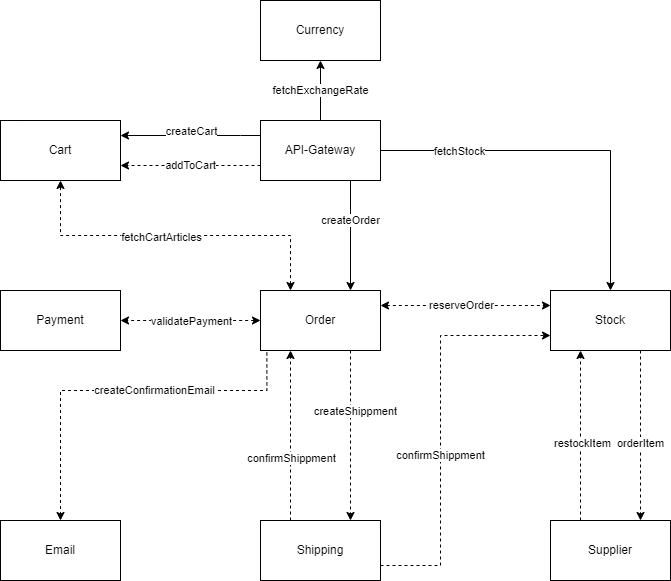
The draw.io diagram assets/ServicesMessages.png in Tobias-Pe/microservices-error-handling, before a commit. Source tidied: cells renumbered, new cells last; positions are measured from the earlier drawing's top-left corner, leaving out a move shared by most shapes.
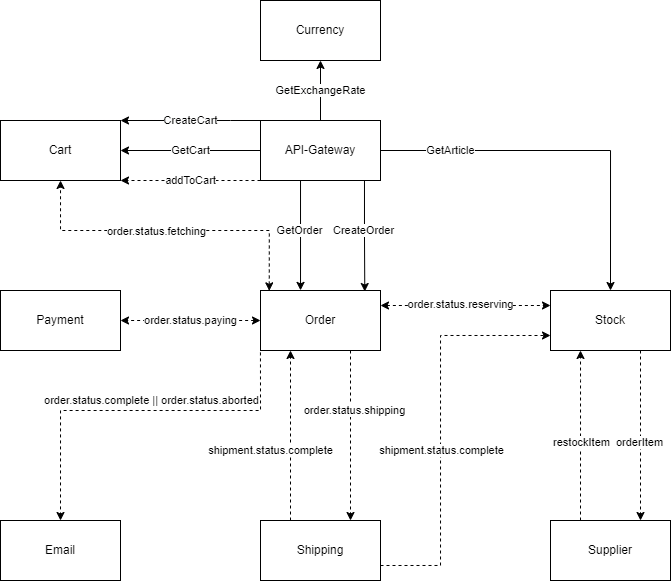
After the commit.

Commit message:
:bento: update messaging overview

Diff of the diagram source:
```diff
@@ -5,41 +5,70 @@
     <mxCell id="2" style="edgeStyle=orthogonalEdgeStyle;rounded=0;jettySize=auto;html=1;exitX=1;exitY=0.5;exitDx=0;exitDy=0;entryX=0.5;entryY=0;entryDx=0;entryDy=0;" parent="1" edge="1" source="10" target="13">
       <mxGeometry relative="1" as="geometry" />
     </mxCell>
-    <mxCell id="3" value="fetchStock" style="edgeLabel;html=1;align=center;verticalAlign=middle;" parent="2" vertex="1">
-      <mxGeometry x="-0.58" relative="1" as="geometry" />
+    <mxCell id="3" value="GetArticle" style="edgeLabel;html=1;align=center;verticalAlign=middle;" parent="2" vertex="1">
+      <mxGeometry x="-0.58" relative="1" as="geometry">
+        <mxPoint x="-8" as="offset" />
+      </mxGeometry>
     </mxCell>
-    <mxCell id="4" style="edgeStyle=orthogonalEdgeStyle;rounded=0;jettySize=auto;html=1;exitX=0.75;exitY=1;exitDx=0;exitDy=0;entryX=0.75;entryY=0;entryDx=0;entryDy=0;" parent="1" edge="1" source="10" target="28">
-      <mxGeometry relative="1" as="geometry" />
+    <mxCell id="4" style="edgeStyle=orthogonalEdgeStyle;rounded=0;jettySize=auto;html=1;exitX=0.75;exitY=1;exitDx=0;exitDy=0;entryX=0.869;entryY=0.017;entryDx=0;entryDy=0;entryPerimeter=0;" parent="1" edge="1" source="10" target="28">
+      <mxGeometry relative="1" as="geometry">
+        <Array as="points">
+          <mxPoint x="364" y="180" />
+          <mxPoint x="364" y="235" />
+          <mxPoint x="364" y="235" />
+        </Array>
+      </mxGeometry>
     </mxCell>
-    <mxCell id="5" value="createOrder" style="edgeLabel;html=1;align=center;verticalAlign=middle;" parent="4" vertex="1">
-      <mxGeometry x="-0.28" y="-1" relative="1" as="geometry" />
+    <mxCell id="5" value="CreateOrder" style="edgeLabel;html=1;align=center;verticalAlign=middle;" parent="4" vertex="1">
+      <mxGeometry x="-0.28" y="-1" relative="1" as="geometry">
+        <mxPoint y="19" as="offset" />
+      </mxGeometry>
     </mxCell>
-    <mxCell id="6" value="addToCart" style="edgeStyle=orthogonalEdgeStyle;rounded=0;orthogonalLoop=1;jettySize=auto;html=1;exitX=0;exitY=0.75;exitDx=0;exitDy=0;entryX=1;entryY=0.75;entryDx=0;entryDy=0;dashed=1;" parent="1" edge="1">
+    <mxCell id="6" value="addToCart" style="edgeStyle=orthogonalEdgeStyle;rounded=0;jettySize=auto;html=1;exitX=0;exitY=1;exitDx=0;exitDy=0;entryX=1;entryY=1;entryDx=0;entryDy=0;dashed=1;" parent="1" edge="1" source="10" target="29">
       <mxGeometry relative="1" as="geometry">
-        <mxPoint x="260" y="165" as="sourcePoint" />
-        <mxPoint x="120" y="165" as="targetPoint" />
         <Array as="points">
-          <mxPoint x="250" y="165" />
-          <mxPoint x="250" y="165" />
+          <mxPoint x="230" y="180" />
+          <mxPoint x="230" y="180" />
         </Array>
       </mxGeometry>
     </mxCell>
-    <mxCell id="7" value="fetchExchangeRate" style="edgeStyle=orthogonalEdgeStyle;rounded=0;jettySize=auto;html=1;exitX=0.5;exitY=0;exitDx=0;exitDy=0;entryX=0.5;entryY=1;entryDx=0;entryDy=0;" parent="1" edge="1" source="10" target="36">
+    <mxCell id="7" value="GetExchangeRate" style="edgeStyle=orthogonalEdgeStyle;rounded=0;jettySize=auto;html=1;exitX=0.5;exitY=0;exitDx=0;exitDy=0;entryX=0.5;entryY=1;entryDx=0;entryDy=0;" parent="1" edge="1" source="10" target="36">
       <mxGeometry relative="1" as="geometry" />
     </mxCell>
-    <mxCell id="8" style="edgeStyle=orthogonalEdgeStyle;rounded=0;jettySize=auto;html=1;exitX=0;exitY=0.25;exitDx=0;exitDy=0;entryX=1;entryY=0.25;entryDx=0;entryDy=0;" parent="1" edge="1" source="10" target="29">
+    <mxCell id="8" style="edgeStyle=orthogonalEdgeStyle;rounded=0;jettySize=auto;html=1;exitX=0;exitY=0;exitDx=0;exitDy=0;entryX=1;entryY=0;entryDx=0;entryDy=0;" parent="1" edge="1" source="10" target="29">
       <mxGeometry relative="1" as="geometry">
         <Array as="points">
-          <mxPoint x="240" y="135" />
-          <mxPoint x="240" y="135" />
+          <mxPoint x="230" y="120" />
+          <mxPoint x="230" y="120" />
         </Array>
       </mxGeometry>
     </mxCell>
-    <mxCell id="9" value="createCart" style="edgeLabel;html=1;align=center;verticalAlign=middle;" parent="8" vertex="1">
+    <mxCell id="9" value="CreateCart" style="edgeLabel;html=1;align=center;verticalAlign=middle;" parent="8" vertex="1">
       <mxGeometry x="0.28" y="-4" relative="1" as="geometry">
-        <mxPoint x="20" y="-1" as="offset" />
+        <mxPoint x="20" y="4" as="offset" />
       </mxGeometry>
     </mxCell>
+    <mxCell id="37" style="edgeStyle=orthogonalEdgeStyle;rounded=0;jettySize=auto;html=1;exitX=0;exitY=0.5;exitDx=0;exitDy=0;entryX=1;entryY=0.5;entryDx=0;entryDy=0;" parent="1" edge="1" source="10" target="29">
+      <mxGeometry relative="1" as="geometry" />
+    </mxCell>
+    <mxCell id="38" value="GetCart" style="edgeLabel;html=1;align=center;verticalAlign=middle;" parent="37" vertex="1">
+      <mxGeometry x="-0.16" y="-1" relative="1" as="geometry">
+        <mxPoint x="-11" y="1" as="offset" />
+      </mxGeometry>
+    </mxCell>
+    <mxCell id="39" style="edgeStyle=orthogonalEdgeStyle;rounded=0;jettySize=auto;html=1;exitX=0.5;exitY=1;exitDx=0;exitDy=0;entryX=0.34;entryY=-0.002;entryDx=0;entryDy=0;entryPerimeter=0;" parent="1" edge="1" source="10" target="28">
+      <mxGeometry relative="1" as="geometry">
+        <Array as="points">
+          <mxPoint x="300" y="180" />
+          <mxPoint x="300" y="290" />
+        </Array>
+      </mxGeometry>
+    </mxCell>
+    <mxCell id="40" value="GetOrder" style="edgeLabel;html=1;align=center;verticalAlign=middle;" parent="39" vertex="1">
+      <mxGeometry x="-0.18" y="-1" relative="1" as="geometry">
+        <mxPoint y="16" as="offset" />
+      </mxGeometry>
+    </mxCell>
     <mxCell id="10" value="API-Gateway" style="rounded=0;whiteSpace=wrap;html=1;" parent="1" vertex="1">
       <mxGeometry x="260" y="120" width="120" height="60" as="geometry" />
     </mxCell>
@@ -73,21 +102,26 @@
     <mxCell id="18" style="edgeStyle=orthogonalEdgeStyle;rounded=0;jettySize=auto;html=1;exitX=0;exitY=0.5;exitDx=0;exitDy=0;dashed=1;startArrow=classic;startFill=1;entryX=1;entryY=0.5;entryDx=0;entryDy=0;" parent="1" edge="1" source="28" target="17">
       <mxGeometry relative="1" as="geometry" />
     </mxCell>
-    <mxCell id="19" value="validatePayment" style="edgeLabel;html=1;align=center;verticalAlign=middle;" parent="18" vertex="1">
+    <mxCell id="19" value="order.status.paying" style="edgeLabel;html=1;align=center;verticalAlign=middle;" parent="18" vertex="1">
       <mxGeometry x="0.1" y="1" relative="1" as="geometry">
         <mxPoint x="7" y="-1" as="offset" />
       </mxGeometry>
     </mxCell>
-    <mxCell id="20" style="edgeStyle=orthogonalEdgeStyle;rounded=0;jettySize=auto;html=1;exitX=0.25;exitY=0;exitDx=0;exitDy=0;dashed=1;startArrow=classic;startFill=1;" parent="1" edge="1" source="28" target="29">
-      <mxGeometry relative="1" as="geometry" />
+    <mxCell id="20" style="edgeStyle=orthogonalEdgeStyle;rounded=0;jettySize=auto;html=1;exitX=0.073;exitY=0.006;exitDx=0;exitDy=0;dashed=1;startArrow=classic;startFill=1;exitPerimeter=0;" parent="1" edge="1" source="28" target="29">
+      <mxGeometry relative="1" as="geometry">
+        <Array as="points">
+          <mxPoint x="269" y="230" />
+          <mxPoint x="60" y="230" />
+        </Array>
+      </mxGeometry>
     </mxCell>
-    <mxCell id="21" value="fetchCartArticles" style="edgeLabel;html=1;align=center;verticalAlign=middle;" parent="20" vertex="1">
+    <mxCell id="21" value="order.status.fetching" style="edgeLabel;html=1;align=center;verticalAlign=middle;" parent="20" vertex="1">
       <mxGeometry x="0.09" y="1" relative="1" as="geometry" />
     </mxCell>
     <mxCell id="22" style="edgeStyle=orthogonalEdgeStyle;rounded=0;jettySize=auto;html=1;exitX=0.75;exitY=1;exitDx=0;exitDy=0;entryX=0.75;entryY=0;entryDx=0;entryDy=0;dashed=1;" parent="1" edge="1" source="28" target="34">
       <mxGeometry relative="1" as="geometry" />
     </mxCell>
-    <mxCell id="23" value="createShippment" style="edgeLabel;html=1;align=center;verticalAlign=middle;" parent="22" vertex="1">
+    <mxCell id="23" value="order.status.shipping" style="edgeLabel;html=1;align=center;verticalAlign=middle;" parent="22" vertex="1">
       <mxGeometry x="-0.3" relative="1" as="geometry">
         <mxPoint x="4" as="offset" />
       </mxGeometry>
@@ -95,21 +129,24 @@
     <mxCell id="24" style="edgeStyle=orthogonalEdgeStyle;rounded=0;jettySize=auto;html=1;exitX=1;exitY=0.25;exitDx=0;exitDy=0;entryX=0;entryY=0.25;entryDx=0;entryDy=0;dashed=1;startArrow=classic;startFill=1;" parent="1" edge="1" source="28" target="13">
       <mxGeometry relative="1" as="geometry" />
     </mxCell>
-    <mxCell id="25" value="reserveOrder" style="edgeLabel;html=1;align=center;verticalAlign=middle;" parent="24" vertex="1">
+    <mxCell id="25" value="order.status.reserving" style="edgeLabel;html=1;align=center;verticalAlign=middle;" parent="24" vertex="1">
       <mxGeometry x="-0.3" y="1" relative="1" as="geometry">
         <mxPoint x="20" as="offset" />
       </mxGeometry>
     </mxCell>
-    <mxCell id="26" style="edgeStyle=orthogonalEdgeStyle;rounded=0;jettySize=auto;html=1;exitX=0.053;exitY=1.032;exitDx=0;exitDy=0;entryX=0.5;entryY=0;entryDx=0;entryDy=0;dashed=1;exitPerimeter=0;" parent="1" edge="1" source="28" target="35">
+    <mxCell id="26" style="edgeStyle=orthogonalEdgeStyle;rounded=0;jettySize=auto;html=1;exitX=0.053;exitY=1.032;exitDx=0;exitDy=0;entryX=0.5;entryY=0;entryDx=0;entryDy=0;dashed=1;exitPerimeter=0;" parent="1" edge="1" target="35">
       <mxGeometry relative="1" as="geometry">
+        <mxPoint x="260" y="351.9" as="sourcePoint" />
         <Array as="points">
-          <mxPoint x="266" y="390" />
-          <mxPoint x="60" y="390" />
+          <mxPoint x="260" y="410" />
+          <mxPoint x="60" y="410" />
         </Array>
       </mxGeometry>
     </mxCell>
-    <mxCell id="27" value="createConfirmationEmail" style="edgeLabel;html=1;align=center;verticalAlign=middle;" parent="26" vertex="1">
-      <mxGeometry x="-0.2" y="-1" relative="1" as="geometry" />
+    <mxCell id="27" value="order.status.complete ||&amp;nbsp;order.status.aborted" style="edgeLabel;html=1;align=center;verticalAlign=middle;" parent="26" vertex="1">
+      <mxGeometry x="-0.2" y="-1" relative="1" as="geometry">
+        <mxPoint x="-20" y="-9" as="offset" />
+      </mxGeometry>
     </mxCell>
     <mxCell id="28" value="Order" style="rounded=0;whiteSpace=wrap;html=1;" parent="1" vertex="1">
       <mxGeometry x="260" y="290" width="120" height="60" as="geometry" />
@@ -125,14 +162,21 @@
         </Array>
       </mxGeometry>
     </mxCell>
-    <mxCell id="31" value="confirmShippment" style="edgeLabel;html=1;align=center;verticalAlign=middle;" parent="30" vertex="1">
+    <mxCell id="31" value="&lt;span style=&quot;color: rgba(0 , 0 , 0 , 0) ; font-family: monospace ; font-size: 0px ; background-color: rgb(248 , 249 , 250)&quot;&gt;%3CmxGraphModel%3E%3Croot%3E%3CmxCell%20id%3D%220%22%2F%3E%3CmxCell%20id%3D%221%22%20parent%3D%220%22%2F%3E%3CmxCell%20id%3D%222%22%20value%3D%22shippment.status.complete%22%20style%3D%22edgeLabel%3Bhtml%3D1%3Balign%3Dcenter%3BverticalAlign%3Dmiddle%3Bresizable%3D0%3Bpoints%3D%5B%5D%3B%22%20vertex%3D%221%22%20connectable%3D%220%22%20parent%3D%221%22%3E%3CmxGeometry%20x%3D%22330%22%20y%3D%22650.0731707317073%22%20as%3D%22geometry%22%2F%3E%3C%2FmxCell%3E%3C%2Froot%3E%3C%2FmxGraphModel%3Es&lt;/span&gt;" style="edgeLabel;html=1;align=center;verticalAlign=middle;" parent="30" vertex="1">
       <mxGeometry x="-0.15" y="1" relative="1" as="geometry" />
     </mxCell>
+    <mxCell id="41" value="shipment.status.complete" style="edgeLabel;html=1;align=center;verticalAlign=middle;" parent="30" vertex="1">
+      <mxGeometry x="-0.18" y="-1" relative="1" as="geometry">
+        <mxPoint y="-11" as="offset" />
+      </mxGeometry>
+    </mxCell>
     <mxCell id="32" style="edgeStyle=orthogonalEdgeStyle;rounded=0;jettySize=auto;html=1;exitX=0.25;exitY=0;exitDx=0;exitDy=0;entryX=0.25;entryY=1;entryDx=0;entryDy=0;dashed=1;" parent="1" edge="1" source="34" target="28">
       <mxGeometry relative="1" as="geometry" />
     </mxCell>
-    <mxCell id="33" value="confirmShippment" style="edgeLabel;html=1;align=center;verticalAlign=middle;" parent="32" vertex="1">
-      <mxGeometry x="-0.26" relative="1" as="geometry" />
+    <mxCell id="33" value="shipment.status.complete" style="edgeLabel;html=1;align=center;verticalAlign=middle;" parent="32" vertex="1">
+      <mxGeometry x="-0.26" relative="1" as="geometry">
+        <mxPoint x="-20" y="-7" as="offset" />
+      </mxGeometry>
     </mxCell>
     <mxCell id="34" value="Shipping" style="rounded=0;whiteSpace=wrap;html=1;" parent="1" vertex="1">
       <mxGeometry x="260" y="520" width="120" height="60" as="geometry" />
```
